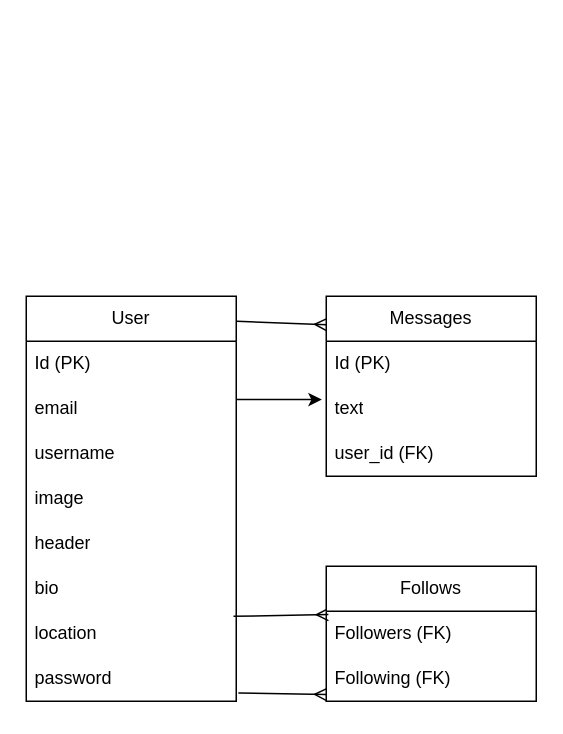
timsukamtoh/flask-warbler keeps this draw.io diagram as Untitled Diagram.drawio. Above is the earlier version. Source tidied: cells renumbered, new cells numbered last; positions are measured from the earlier drawing's top-left corner, leaving out a move shared by most shapes. Both pictures are drawn from the tidied source at 150%, with x=0, y=0 at pixel (26, 296).
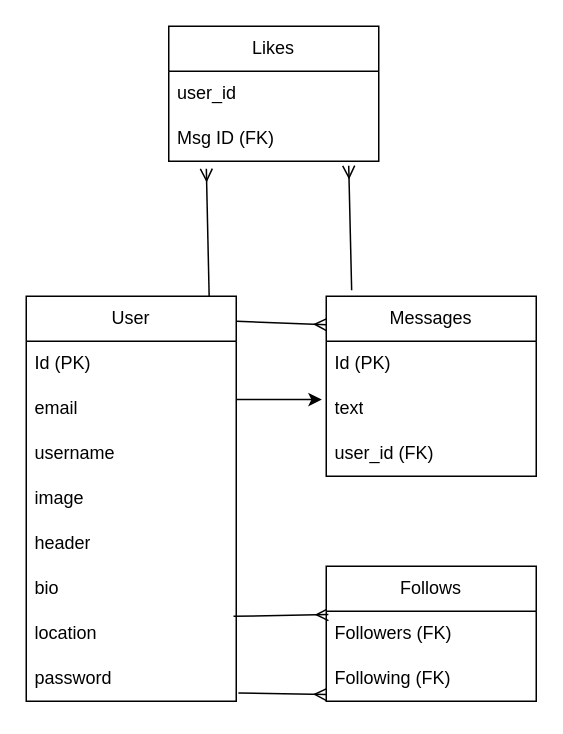
After the change.

Unchanged cells that the change refers to:
```xml
<mxCell id="5" value="Messages" style="swimlane;fontStyle=0;horizontal=1;startSize=30;whiteSpace=wrap;html=1;" parent="1" vertex="1">
  <mxGeometry x="200" width="140" height="120" as="geometry" />
</mxCell>
<mxCell id="9" value="User" style="swimlane;fontStyle=0;horizontal=1;startSize=30;whiteSpace=wrap;html=1;" parent="1" vertex="1">
  <mxGeometry width="140" height="270" as="geometry" />
</mxCell>
```

Change to the diagram source:
```diff
@@
+    <mxCell id="22" value="Likes" style="swimlane;fontStyle=0;horizontal=1;startSize=30;whiteSpace=wrap;html=1;" parent="1" vertex="1">
+      <mxGeometry x="95" y="-180" width="140" height="90" as="geometry" />
+    </mxCell>
+    <mxCell id="23" value="user_id" style="text;strokeColor=none;fillColor=none;align=left;verticalAlign=middle;spacingLeft=4;spacingRight=4;overflow=hidden;whiteSpace=wrap;html=1;" parent="22" vertex="1">
+      <mxGeometry y="30" width="140" height="30" as="geometry" />
+    </mxCell>
+    <mxCell id="24" value="Msg ID (FK)" style="text;strokeColor=none;fillColor=none;align=left;verticalAlign=middle;spacingLeft=4;spacingRight=4;overflow=hidden;points=[[0,0.5],[1,0.5]];portConstraint=eastwest;whiteSpace=wrap;html=1;" parent="22" vertex="1">
+      <mxGeometry y="60" width="140" height="30" as="geometry" />
+    </mxCell>
+    <mxCell id="25" style="endArrow=ERmany;html=1;rounded=0;exitX=0.871;exitY=0;exitDx=0;exitDy=0;exitPerimeter=0;endFill=0;entryX=0.179;entryY=1.167;entryDx=0;entryDy=0;entryPerimeter=0;" parent="1" edge="1" source="9" target="24">
+      <mxGeometry relative="1" as="geometry" />
+    </mxCell>
+    <mxCell id="26" style="endArrow=ERmany;html=1;rounded=0;exitX=0.121;exitY=-0.033;exitDx=0;exitDy=0;endFill=0;exitPerimeter=0;entryX=0.857;entryY=1.1;entryDx=0;entryDy=0;entryPerimeter=0;" parent="1" edge="1" source="5" target="24">
+      <mxGeometry relative="1" as="geometry" />
+    </mxCell>
```
